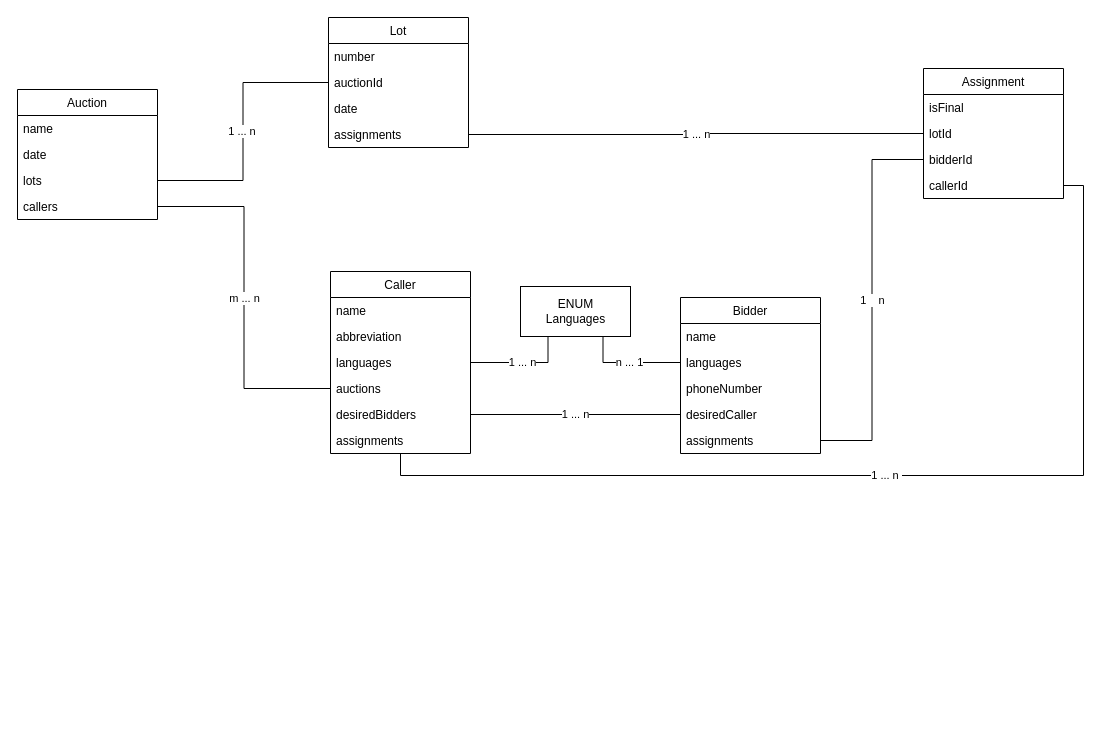
This is page "ERM" (2 of 3) of brainstorming.drawio from Zuhlek/lotassign, a draw.io file, before an edit. Source tidied: cells renumbered, new cells numbered last; positions are measured from the earlier drawing's top-left corner, leaving out a move shared by most shapes. Both pictures are drawn from the tidied source at 100%, with x=0, y=0 at pixel (17, 17).
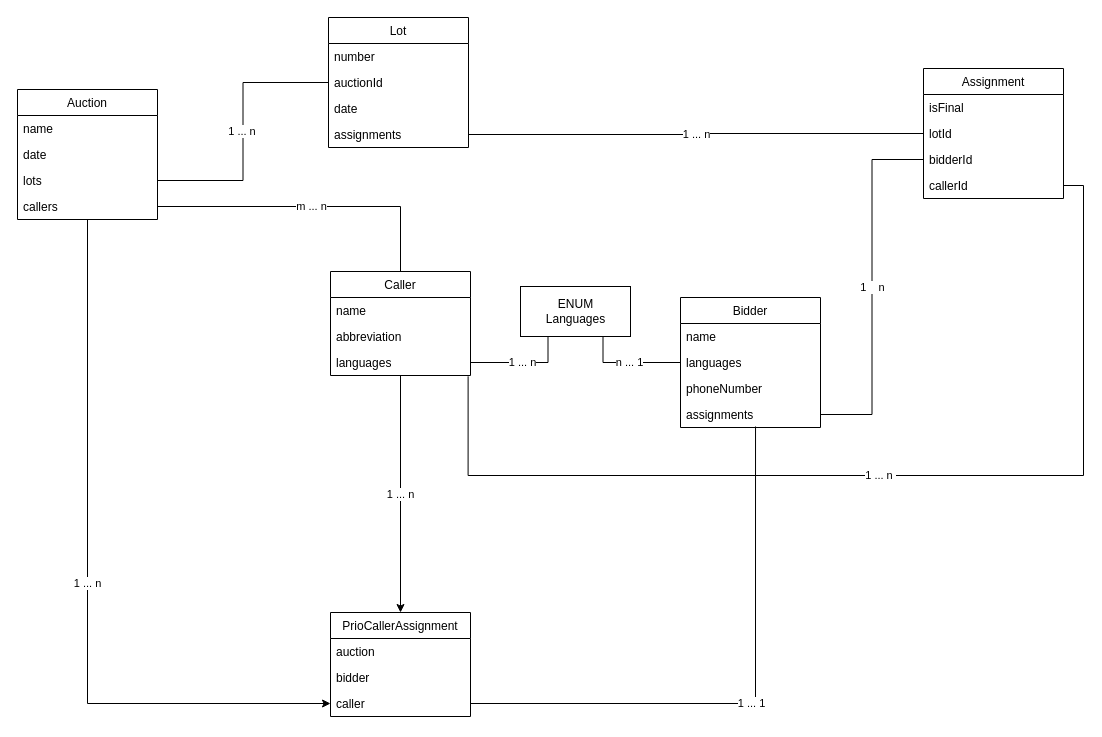
Above is the later version.

Unchanged cells that the change refers to:
```xml
<mxCell id="3" value="Auction" style="swimlane;fontStyle=0;horizontal=1;startSize=26;fillColor=none;" parent="1" vertex="1">
  <mxGeometry y="72" width="140" height="130" as="geometry" />
</mxCell>
<mxCell id="7" value="callers" style="text;strokeColor=none;fillColor=none;align=left;verticalAlign=top;spacingLeft=4;spacingRight=4;overflow=hidden;points=[[0,0.5],[1,0.5]];portConstraint=eastwest;" parent="3" vertex="1">
  <mxGeometry y="104" width="140" height="26" as="geometry" />
</mxCell>
<mxCell id="16" value="languages" style="text;strokeColor=none;fillColor=none;align=left;verticalAlign=top;spacingLeft=4;spacingRight=4;overflow=hidden;points=[[0,0.5],[1,0.5]];portConstraint=eastwest;" parent="13" vertex="1">
  <mxGeometry y="78" width="140" height="26" as="geometry" />
</mxCell>
<mxCell id="35" value="callerId" style="text;strokeColor=none;fillColor=none;align=left;verticalAlign=top;spacingLeft=4;spacingRight=4;overflow=hidden;points=[[0,0.5],[1,0.5]];portConstraint=eastwest;" parent="31" vertex="1">
  <mxGeometry y="104" width="140" height="26" as="geometry" />
</mxCell>
```

Change to the diagram source:
```diff
@@
+    <mxCell id="39" value="1 ... n" style="edgeStyle=orthogonalEdgeStyle;rounded=0;jettySize=auto;html=1;entryX=0;entryY=0.5;entryDx=0;entryDy=0;" parent="1" edge="1" source="3" target="44">
+      <mxGeometry relative="1" as="geometry" />
+    </mxCell>
@@
+    <mxCell id="40" value="1 ... n" style="edgeStyle=orthogonalEdgeStyle;rounded=0;jettySize=auto;html=1;entryX=0.5;entryY=0;entryDx=0;entryDy=0;" parent="1" edge="1" source="13" target="41">
+      <mxGeometry relative="1" as="geometry" />
+    </mxCell>
     <mxCell id="13" value="Caller" style="swimlane;fontStyle=0;horizontal=1;startSize=26;fillColor=none;" parent="1" vertex="1">
-      <mxGeometry x="313" y="254" width="140" height="182" as="geometry" />
+      <mxGeometry x="313" y="254" width="140" height="104" as="geometry" />
     </mxCell>
@@
-    <mxCell id="17" value="auctions" style="text;strokeColor=none;fillColor=none;align=left;verticalAlign=top;spacingLeft=4;spacingRight=4;overflow=hidden;points=[[0,0.5],[1,0.5]];portConstraint=eastwest;" parent="13" vertex="1">
-      <mxGeometry y="104" width="140" height="26" as="geometry" />
-    </mxCell>
-    <mxCell id="18" value="desiredBidders" style="text;strokeColor=none;fillColor=none;align=left;verticalAlign=top;spacingLeft=4;spacingRight=4;overflow=hidden;points=[[0,0.5],[1,0.5]];portConstraint=eastwest;" parent="13" vertex="1">
-      <mxGeometry y="130" width="140" height="26" as="geometry" />
-    </mxCell>
-    <mxCell id="19" value="assignments" style="text;strokeColor=none;fillColor=none;align=left;verticalAlign=top;spacingLeft=4;spacingRight=4;overflow=hidden;points=[[0,0.5],[1,0.5]];portConstraint=eastwest;" parent="13" vertex="1">
-      <mxGeometry y="156" width="140" height="26" as="geometry" />
-    </mxCell>
     <mxCell id="20" value="Bidder" style="swimlane;fontStyle=0;horizontal=1;startSize=26;fillColor=none;" parent="1" vertex="1">
-      <mxGeometry x="663" y="280" width="140" height="156" as="geometry" />
+      <mxGeometry x="663" y="280" width="140" height="130" as="geometry" />
     </mxCell>
@@
-    <mxCell id="24" value="desiredCaller" style="text;strokeColor=none;fillColor=none;align=left;verticalAlign=top;spacingLeft=4;spacingRight=4;overflow=hidden;points=[[0,0.5],[1,0.5]];portConstraint=eastwest;" parent="20" vertex="1">
-      <mxGeometry y="104" width="140" height="26" as="geometry" />
-    </mxCell>
     <mxCell id="25" value="assignments" style="text;strokeColor=none;fillColor=none;align=left;verticalAlign=top;spacingLeft=4;spacingRight=4;overflow=hidden;points=[[0,0.5],[1,0.5]];portConstraint=eastwest;" parent="20" vertex="1">
-      <mxGeometry y="130" width="140" height="26" as="geometry" />
+      <mxGeometry y="104" width="140" height="26" as="geometry" />
     </mxCell>
-    <mxCell id="26" value="m ... n" style="edgeStyle=orthogonalEdgeStyle;rounded=0;jettySize=auto;html=1;entryX=0;entryY=0.5;entryDx=0;entryDy=0;endArrow=none;endFill=0;" parent="1" edge="1" source="7" target="17">
+    <mxCell id="26" value="m ... n" style="edgeStyle=orthogonalEdgeStyle;rounded=0;jettySize=auto;html=1;entryX=0.5;entryY=0;entryDx=0;entryDy=0;endArrow=none;endFill=0;" parent="1" edge="1" source="7" target="13">
       <mxGeometry relative="1" as="geometry" />
     </mxCell>
-    <mxCell id="27" value="1 ... n" style="edgeStyle=orthogonalEdgeStyle;rounded=0;jettySize=auto;html=1;entryX=0;entryY=0.5;entryDx=0;entryDy=0;endArrow=none;endFill=0;" parent="1" edge="1" source="18" target="24">
-      <mxGeometry relative="1" as="geometry" />
-    </mxCell>
@@
-    <mxCell id="38" value="1 ... n&amp;nbsp;" style="edgeStyle=orthogonalEdgeStyle;rounded=0;jettySize=auto;html=1;entryX=1;entryY=0.5;entryDx=0;entryDy=0;endArrow=none;endFill=0;" parent="1" edge="1" source="19" target="35">
+    <mxCell id="38" value="1 ... n&amp;nbsp;" style="edgeStyle=orthogonalEdgeStyle;rounded=0;jettySize=auto;html=1;entryX=1;entryY=0.5;entryDx=0;entryDy=0;endArrow=none;endFill=0;exitX=0.983;exitY=1.032;exitDx=0;exitDy=0;exitPerimeter=0;" parent="1" edge="1" source="16" target="35">
       <mxGeometry relative="1" as="geometry">
         <Array as="points">
-          <mxPoint x="383" y="458" />
+          <mxPoint x="451" y="458" />
           <mxPoint x="1066" y="458" />
           <mxPoint x="1066" y="168" />
         </Array>
       </mxGeometry>
     </mxCell>
+    <mxCell id="41" value="PrioCallerAssignment" style="swimlane;fontStyle=0;horizontal=1;startSize=26;fillColor=none;" parent="1" vertex="1">
+      <mxGeometry x="313" y="595" width="140" height="104" as="geometry" />
+    </mxCell>
+    <mxCell id="42" value="auction" style="text;strokeColor=none;fillColor=none;align=left;verticalAlign=top;spacingLeft=4;spacingRight=4;overflow=hidden;" parent="41" vertex="1">
+      <mxGeometry y="26" width="140" height="26" as="geometry" />
+    </mxCell>
+    <mxCell id="43" value="bidder" style="text;strokeColor=none;fillColor=none;align=left;verticalAlign=top;spacingLeft=4;spacingRight=4;overflow=hidden;" parent="41" vertex="1">
+      <mxGeometry y="52" width="140" height="26" as="geometry" />
+    </mxCell>
+    <mxCell id="44" value="caller" style="text;strokeColor=none;fillColor=none;align=left;verticalAlign=top;spacingLeft=4;spacingRight=4;overflow=hidden;points=[[0,0.5],[1,0.5]];portConstraint=eastwest;" parent="41" vertex="1">
+      <mxGeometry y="78" width="140" height="26" as="geometry" />
+    </mxCell>
+    <mxCell id="45" value="1 ... 1" style="edgeStyle=orthogonalEdgeStyle;rounded=0;jettySize=auto;html=1;entryX=0.536;entryY=0.962;entryDx=0;entryDy=0;entryPerimeter=0;endArrow=none;endFill=0;" parent="1" edge="1" source="44" target="25">
+      <mxGeometry relative="1" as="geometry" />
+    </mxCell>
```
